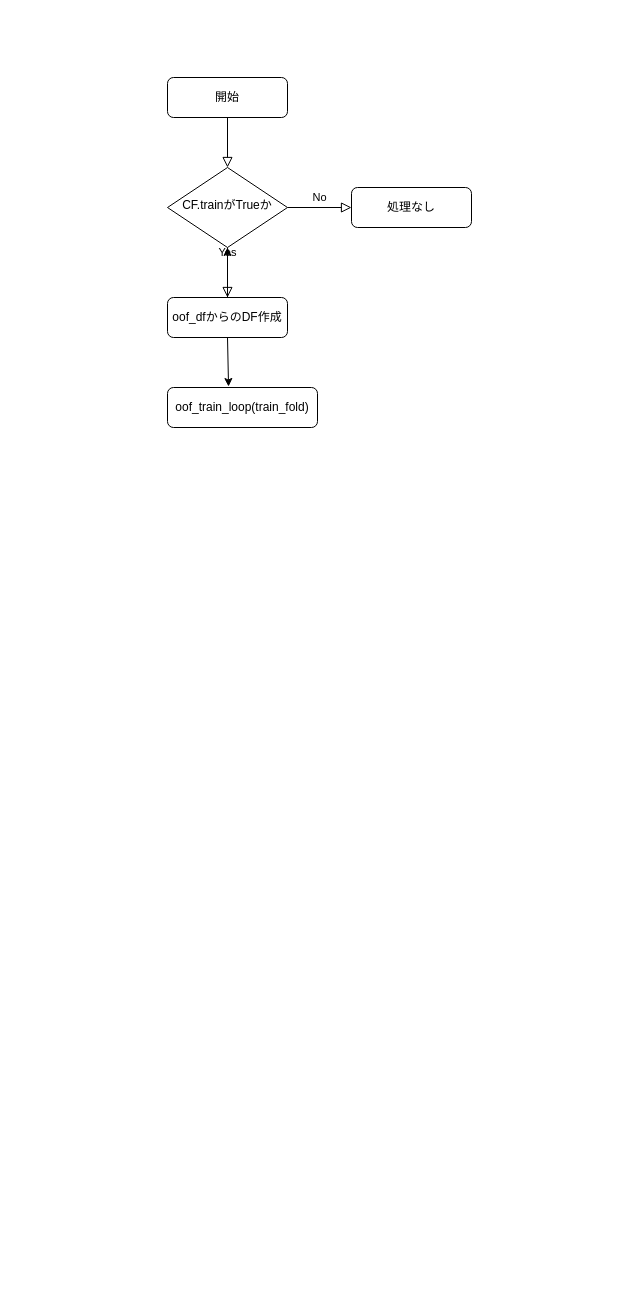
Before: Untitled Diagram.drawio in kdaisuke853/ai_practice_python, a draw.io diagram. Source tidied: cells renumbered, new cells numbered last; positions are measured from the earlier drawing's top-left corner, leaving out a move shared by most shapes. Both pictures are drawn from the tidied source at 100%, with x=0, y=0 at pixel (167, 77).
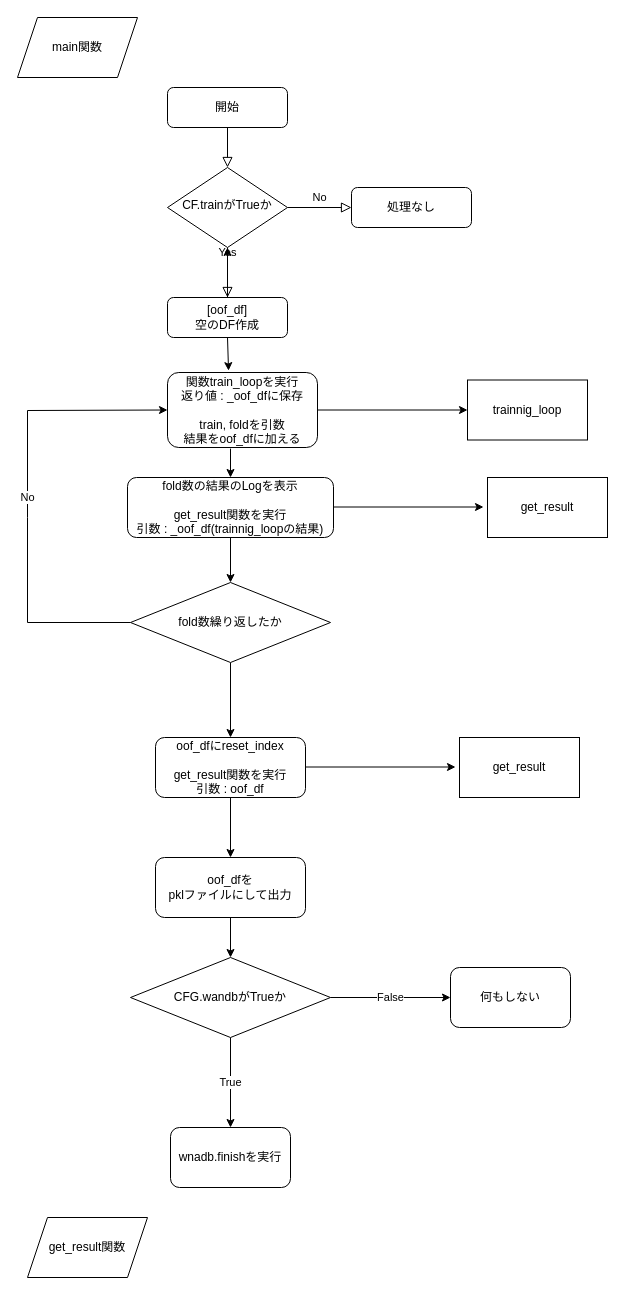
After the change.

The edit, as a diff of the source:
```diff
@@
     <mxCell id="3" value="開始" style="rounded=1;whiteSpace=wrap;html=1;fontSize=12;glass=0;strokeWidth=1;shadow=0;" parent="1" vertex="1">
-      <mxGeometry width="120" height="40" as="geometry" />
+      <mxGeometry y="10" width="120" height="40" as="geometry" />
     </mxCell>
@@
-    <mxCell id="8" value="oof_train_loop(train_fold)" style="rounded=1;whiteSpace=wrap;html=1;fontSize=12;glass=0;strokeWidth=1;shadow=0;" parent="1" vertex="1">
-      <mxGeometry y="310" width="150" height="40" as="geometry" />
+    <mxCell id="8" value="関数train_loopを実行&lt;br&gt;返り値 : _oof_dfに保存&lt;br&gt;&lt;br&gt;train, foldを引数&lt;br&gt;結果をoof_dfに加える" style="rounded=1;whiteSpace=wrap;html=1;fontSize=12;glass=0;strokeWidth=1;shadow=0;" parent="1" vertex="1">
+      <mxGeometry y="295" width="150" height="75" as="geometry" />
     </mxCell>
@@
-    <mxCell id="10" value="oof_dfからのDF作成" style="rounded=1;whiteSpace=wrap;html=1;fontSize=12;glass=0;strokeWidth=1;shadow=0;" parent="1" vertex="1">
+    <mxCell id="10" value="[oof_df]&lt;br&gt;空のDF作成" style="rounded=1;whiteSpace=wrap;html=1;fontSize=12;glass=0;strokeWidth=1;shadow=0;" parent="1" vertex="1">
       <mxGeometry y="220" width="120" height="40" as="geometry" />
     </mxCell>
@@
+    <mxCell id="12" style="endArrow=classic;html=1;rounded=0;exitX=1;exitY=0.5;exitDx=0;exitDy=0;" parent="1" edge="1" source="8" target="13">
+      <mxGeometry relative="1" as="geometry" />
+    </mxCell>
+    <mxCell id="13" value="trainnig_loop" style="rounded=0;whiteSpace=wrap;html=1;" parent="1" vertex="1">
+      <mxGeometry x="300" y="302.5" width="120" height="60" as="geometry" />
+    </mxCell>
+    <mxCell id="14" style="edgeStyle=orthogonalEdgeStyle;rounded=0;jettySize=auto;html=1;" parent="1" edge="1" source="15" target="22">
+      <mxGeometry relative="1" as="geometry" />
+    </mxCell>
+    <mxCell id="15" value="fold数繰り返したか" style="rhombus;whiteSpace=wrap;html=1;" parent="1" vertex="1">
+      <mxGeometry x="-37" y="505" width="200" height="80" as="geometry" />
+    </mxCell>
+    <mxCell id="16" value="No" style="endArrow=classic;html=1;rounded=0;exitX=0;exitY=0.5;exitDx=0;exitDy=0;entryX=0;entryY=0.5;entryDx=0;entryDy=0;" parent="1" edge="1" source="15" target="8">
+      <mxGeometry relative="1" as="geometry">
+        <Array as="points">
+          <mxPoint x="-140" y="545" />
+          <mxPoint x="-140" y="440" />
+          <mxPoint x="-140" y="333" />
+        </Array>
+      </mxGeometry>
+    </mxCell>
+    <mxCell id="17" style="edgeStyle=orthogonalEdgeStyle;rounded=0;jettySize=auto;html=1;" parent="1" edge="1" source="18" target="15">
+      <mxGeometry relative="1" as="geometry" />
+    </mxCell>
+    <mxCell id="18" value="fold数の結果のLogを表示&lt;br&gt;&lt;br&gt;get_result関数を実行&lt;br&gt;引数 : _oof_df(trainnig_loopの結果)" style="rounded=1;whiteSpace=wrap;html=1;fontSize=12;glass=0;strokeWidth=1;shadow=0;" parent="1" vertex="1">
+      <mxGeometry x="-40" y="400" width="206" height="60" as="geometry" />
+    </mxCell>
+    <mxCell id="19" style="endArrow=classic;html=1;rounded=0;exitX=0.42;exitY=1.015;exitDx=0;exitDy=0;exitPerimeter=0;entryX=0.5;entryY=0;entryDx=0;entryDy=0;" parent="1" edge="1" source="8" target="18">
+      <mxGeometry relative="1" as="geometry" />
+    </mxCell>
+    <mxCell id="20" value="main関数" style="shape=parallelogram;perimeter=parallelogramPerimeter;whiteSpace=wrap;html=1;fixedSize=1;" parent="1" vertex="1">
+      <mxGeometry x="-150" y="-60" width="120" height="60" as="geometry" />
+    </mxCell>
+    <mxCell id="21" style="edgeStyle=orthogonalEdgeStyle;rounded=0;jettySize=auto;html=1;" parent="1" edge="1" source="22" target="28">
+      <mxGeometry relative="1" as="geometry" />
+    </mxCell>
+    <mxCell id="22" value="oof_dfにreset_index&lt;br&gt;&lt;br&gt;get_result関数を実行&lt;br&gt;引数 : oof_df" style="rounded=1;whiteSpace=wrap;html=1;" parent="1" vertex="1">
+      <mxGeometry x="-12" y="660" width="150" height="60" as="geometry" />
+    </mxCell>
+    <mxCell id="23" style="endArrow=classic;html=1;rounded=0;exitX=1;exitY=0.5;exitDx=0;exitDy=0;" parent="1" edge="1">
+      <mxGeometry relative="1" as="geometry">
+        <mxPoint x="166" y="429.5" as="sourcePoint" />
+        <mxPoint x="316" y="429.5" as="targetPoint" />
+      </mxGeometry>
+    </mxCell>
+    <mxCell id="24" value="get_result" style="rounded=0;whiteSpace=wrap;html=1;" parent="1" vertex="1">
+      <mxGeometry x="320" y="400" width="120" height="60" as="geometry" />
+    </mxCell>
+    <mxCell id="25" style="endArrow=classic;html=1;rounded=0;exitX=1;exitY=0.5;exitDx=0;exitDy=0;" parent="1" edge="1">
+      <mxGeometry relative="1" as="geometry">
+        <mxPoint x="138" y="689.5" as="sourcePoint" />
+        <mxPoint x="288" y="689.5" as="targetPoint" />
+      </mxGeometry>
+    </mxCell>
+    <mxCell id="26" value="get_result" style="rounded=0;whiteSpace=wrap;html=1;" parent="1" vertex="1">
+      <mxGeometry x="292" y="660" width="120" height="60" as="geometry" />
+    </mxCell>
+    <mxCell id="27" style="edgeStyle=orthogonalEdgeStyle;rounded=0;jettySize=auto;html=1;" parent="1" edge="1" source="28" target="31">
+      <mxGeometry relative="1" as="geometry" />
+    </mxCell>
+    <mxCell id="28" value="oof_dfを&lt;br&gt;pklファイルにして出力" style="rounded=1;whiteSpace=wrap;html=1;" parent="1" vertex="1">
+      <mxGeometry x="-12" y="780" width="150" height="60" as="geometry" />
+    </mxCell>
+    <mxCell id="29" value="False" style="edgeStyle=orthogonalEdgeStyle;rounded=0;jettySize=auto;html=1;" parent="1" edge="1" source="31" target="32">
+      <mxGeometry relative="1" as="geometry" />
+    </mxCell>
+    <mxCell id="30" value="True" style="edgeStyle=orthogonalEdgeStyle;rounded=0;jettySize=auto;html=1;" parent="1" edge="1" source="31" target="33">
+      <mxGeometry relative="1" as="geometry" />
+    </mxCell>
+    <mxCell id="31" value="CFG.wandbがTrueか" style="rhombus;whiteSpace=wrap;html=1;" parent="1" vertex="1">
+      <mxGeometry x="-37" y="880" width="200" height="80" as="geometry" />
+    </mxCell>
+    <mxCell id="32" value="何もしない" style="rounded=1;whiteSpace=wrap;html=1;" parent="1" vertex="1">
+      <mxGeometry x="283" y="890" width="120" height="60" as="geometry" />
+    </mxCell>
+    <mxCell id="33" value="wnadb.finishを実行" style="rounded=1;whiteSpace=wrap;html=1;" parent="1" vertex="1">
+      <mxGeometry x="3" y="1050" width="120" height="60" as="geometry" />
+    </mxCell>
+    <mxCell id="34" value="get_result関数" style="shape=parallelogram;perimeter=parallelogramPerimeter;whiteSpace=wrap;html=1;fixedSize=1;" parent="1" vertex="1">
+      <mxGeometry x="-140" y="1140" width="120" height="60" as="geometry" />
+    </mxCell>
```
